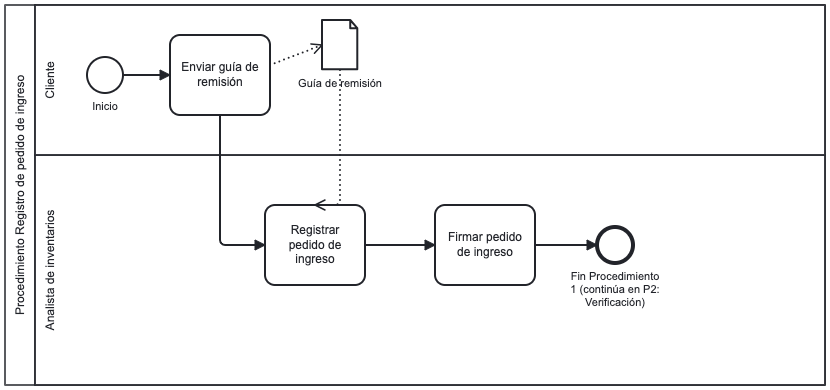
This is docs/entregable_3/imagenes/rec_p1_registro.png from DGO2022/procesos-cologistic, a BPMN export, as it was before one commit. Its source is kept beside it as macro-operativos/recepcion/rec_p1_registro.bpmn. Ids are renumbered. The source it was exported from:
```xml
<bpmn:definitions

  xmlns:bpmn="http://www.omg.org/spec/BPMN/20100524/MODEL"

  xmlns:bpmndi="http://www.omg.org/spec/BPMN/20100524/DI"

  xmlns:dc="http://www.omg.org/spec/DD/20100524/DC"

  xmlns:di="http://www.omg.org/spec/DD/20100524/DI" id="Definitions_1" targetNamespace="http://bpmn.io/schema/bpmn" exporter="Camunda Modeler" exporterVersion="5.22.0"

  xmlns:zeebe="http://camunda.org/schema/zeebe/1.0" modeler:executionPlatform="Camunda Cloud" modeler:executionPlatformVersion="8.9.0">
  <bpmn:collaboration id="Collaboration_1">
    <bpmn:participant id="Participant_1" name="Procedimiento Registro de pedido de ingreso" processRef="Process_Recepcion_Registro" />
  </bpmn:collaboration>
  <bpmn:process id="Process_Recepcion_Registro" isExecutable="true">
    <bpmn:documentation>Co Logistic SAC — Proceso: Recepción de mercadería
Procedimiento 1: Registro de pedido de ingreso
Fuente: 1-Recepcion.txt, 6-Merchandising.txt, 8-Explicacion-paleta.txt
"Registrar pedido de ingreso" incluye: datos de transporte (placa, chofer, brevete, usuario, fecha/hora), códigos, descripción, lote, fecha de vencimiento, pallets/factor o unidades según corresponda, y totales.
Pools/Lanes: Cliente, Analista de inventarios</bpmn:documentation>
    <bpmn:laneSet id="LaneSet_1">
      <bpmn:lane id="Lane_Cliente" name="Cliente">
        <bpmn:flowNodeRef>StartEvent_1</bpmn:flowNodeRef>
        <bpmn:flowNodeRef>Task_1</bpmn:flowNodeRef>
      </bpmn:lane>
      <bpmn:lane id="Lane_Analista_Inventarios" name="Analista de inventarios">
        <bpmn:flowNodeRef>Task_2</bpmn:flowNodeRef>
        <bpmn:flowNodeRef>Task_3</bpmn:flowNodeRef>
        <bpmn:flowNodeRef>EndEvent_1</bpmn:flowNodeRef>
      </bpmn:lane>
    </bpmn:laneSet>
    <bpmn:startEvent id="StartEvent_1" name="Inicio">
      <bpmn:outgoing>Flow_1</bpmn:outgoing>
    </bpmn:startEvent>
    <bpmn:task id="Task_1" name="Enviar guía de remisión">
      <bpmn:incoming>Flow_1</bpmn:incoming>
      <bpmn:outgoing>Flow_2</bpmn:outgoing>
      <bpmn:dataOutputAssociation id="DataOutputAssociation_1">
        <bpmn:targetRef>DataObjectReference_1</bpmn:targetRef>
      </bpmn:dataOutputAssociation>
    </bpmn:task>
    <bpmn:dataObjectReference id="DataObjectReference_1" name="Guía de remisión" dataObjectRef="DataObject_1" />
    <bpmn:dataObject id="DataObject_1" />
    <bpmn:task id="Task_2" name="Registrar pedido de ingreso">
      <bpmn:incoming>Flow_2</bpmn:incoming>
      <bpmn:outgoing>Flow_3</bpmn:outgoing>
      <bpmn:property id="Property_1" name="__targetRef_placeholder" />
      <bpmn:dataInputAssociation id="DataInputAssociation_1">
        <bpmn:sourceRef>DataObjectReference_1</bpmn:sourceRef>
        <bpmn:targetRef>Property_1</bpmn:targetRef>
      </bpmn:dataInputAssociation>
    </bpmn:task>
    <bpmn:task id="Task_3" name="Firmar pedido de ingreso">
      <bpmn:incoming>Flow_3</bpmn:incoming>
      <bpmn:outgoing>Flow_4</bpmn:outgoing>
    </bpmn:task>
    <bpmn:endEvent id="EndEvent_1" name="Fin Procedimiento 1 (continúa en P2: Verificación)">
      <bpmn:incoming>Flow_4</bpmn:incoming>
    </bpmn:endEvent>
    <bpmn:sequenceFlow id="Flow_1" sourceRef="StartEvent_1" targetRef="Task_1" />
    <bpmn:sequenceFlow id="Flow_2" sourceRef="Task_1" targetRef="Task_2" />
    <bpmn:sequenceFlow id="Flow_3" sourceRef="Task_2" targetRef="Task_3" />
    <bpmn:sequenceFlow id="Flow_4" sourceRef="Task_3" targetRef="EndEvent_1" />
  </bpmn:process>
  <bpmndi:BPMNDiagram id="BPMNDiagram_1">
    <bpmndi:BPMNPlane id="BPMNPlane_1" bpmnElement="Collaboration_1">
      <bpmndi:BPMNShape id="Participant_1_di" bpmnElement="Participant_1" isHorizontal="true">
        <dc:Bounds x="130" y="80" width="820" height="380" />
      </bpmndi:BPMNShape>
      <bpmndi:BPMNShape id="Lane_Cliente_di" bpmnElement="Lane_Cliente" isHorizontal="true">
        <dc:Bounds x="160" y="80" width="790" height="150" />
      </bpmndi:BPMNShape>
      <bpmndi:BPMNShape id="Lane_Analista_Inventarios_di" bpmnElement="Lane_Analista_Inventarios" isHorizontal="true">
        <dc:Bounds x="160" y="230" width="790" height="230" />
      </bpmndi:BPMNShape>
      <bpmndi:BPMNShape id="StartEvent_1_di" bpmnElement="StartEvent_1">
        <dc:Bounds x="212" y="132" width="36" height="36" />
        <bpmndi:BPMNLabel>
          <dc:Bounds x="215" y="175" width="30" height="14" />
        </bpmndi:BPMNLabel>
      </bpmndi:BPMNShape>
      <bpmndi:BPMNShape id="Task_1_di" bpmnElement="Task_1">
        <dc:Bounds x="295" y="110" width="100" height="80" />
      </bpmndi:BPMNShape>
      <bpmndi:BPMNShape id="DataObjectReference_1_di" bpmnElement="DataObjectReference_1">
        <dc:Bounds x="447" y="95" width="36" height="50" />
        <bpmndi:BPMNLabel>
          <dc:Bounds x="430" y="152" width="70" height="14" />
        </bpmndi:BPMNLabel>
      </bpmndi:BPMNShape>
      <bpmndi:BPMNShape id="Task_2_di" bpmnElement="Task_2">
        <dc:Bounds x="390" y="280" width="100" height="80" />
      </bpmndi:BPMNShape>
      <bpmndi:BPMNShape id="Task_3_di" bpmnElement="Task_3">
        <dc:Bounds x="560" y="280" width="100" height="80" />
      </bpmndi:BPMNShape>
      <bpmndi:BPMNShape id="EndEvent_1_di" bpmnElement="EndEvent_1">
        <dc:Bounds x="722" y="302" width="36" height="36" />
        <bpmndi:BPMNLabel>
          <dc:Bounds x="695" y="345" width="90" height="27" />
        </bpmndi:BPMNLabel>
      </bpmndi:BPMNShape>
      <bpmndi:BPMNEdge id="Flow_1_di" bpmnElement="Flow_1">
        <di:waypoint x="248" y="150" />
        <di:waypoint x="295" y="150" />
      </bpmndi:BPMNEdge>
      <bpmndi:BPMNEdge id="Flow_2_di" bpmnElement="Flow_2">
        <di:waypoint x="345" y="190" />
        <di:waypoint x="345" y="320" />
        <di:waypoint x="390" y="320" />
      </bpmndi:BPMNEdge>
      <bpmndi:BPMNEdge id="Flow_3_di" bpmnElement="Flow_3">
        <di:waypoint x="490" y="320" />
        <di:waypoint x="560" y="320" />
      </bpmndi:BPMNEdge>
      <bpmndi:BPMNEdge id="Flow_4_di" bpmnElement="Flow_4">
        <di:waypoint x="660" y="320" />
        <di:waypoint x="722" y="320" />
      </bpmndi:BPMNEdge>
      <bpmndi:BPMNEdge id="DataOutputAssociation_1_di" bpmnElement="DataOutputAssociation_1">
        <di:waypoint x="395" y="140" />
        <di:waypoint x="447" y="120" />
      </bpmndi:BPMNEdge>
      <bpmndi:BPMNEdge id="DataInputAssociation_1_di" bpmnElement="DataInputAssociation_1">
        <di:waypoint x="465" y="145" />
        <di:waypoint x="465" y="280" />
        <di:waypoint x="440" y="280" />
      </bpmndi:BPMNEdge>
    </bpmndi:BPMNPlane>
  </bpmndi:BPMNDiagram>
</bpmn:definitions>
```
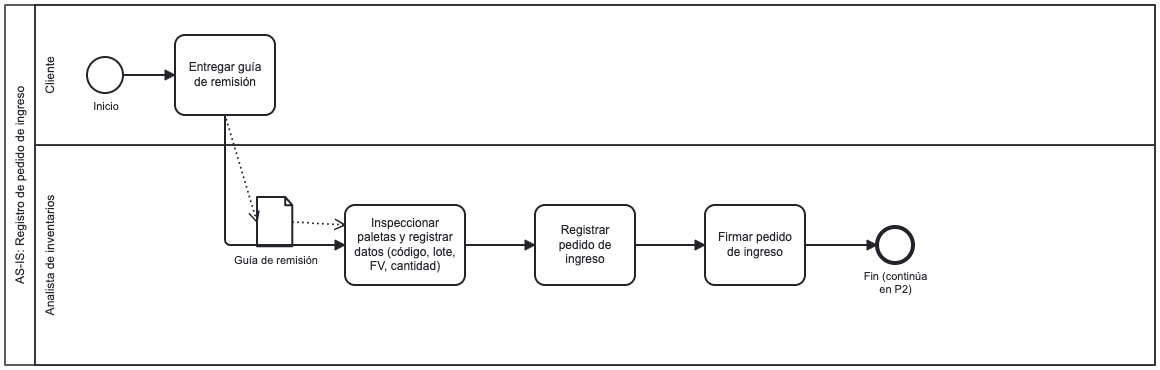
After the change.

Change to the diagram source:
```diff
@@ -2,129 +2,140 @@
 
   xmlns:bpmn="http://www.omg.org/spec/BPMN/20100524/MODEL"
 
+
   xmlns:bpmndi="http://www.omg.org/spec/BPMN/20100524/DI"
+
 
   xmlns:dc="http://www.omg.org/spec/DD/20100524/DC"
 
-  xmlns:di="http://www.omg.org/spec/DD/20100524/DI" id="Definitions_1" targetNamespace="http://bpmn.io/schema/bpmn" exporter="Camunda Modeler" exporterVersion="5.22.0"
+
+  xmlns:di="http://www.omg.org/spec/DD/20100524/DI"
+  id="Definitions_1" targetNamespace="http://bpmn.io/schema/bpmn"
+  exporter="Camunda Modeler" exporterVersion="5.22.0"
 
   xmlns:zeebe="http://camunda.org/schema/zeebe/1.0" modeler:executionPlatform="Camunda Cloud" modeler:executionPlatformVersion="8.9.0">
   <bpmn:collaboration id="Collaboration_1">
-    <bpmn:participant id="Participant_1" name="Procedimiento Registro de pedido de ingreso" processRef="Process_Recepcion_Registro" />
+    <bpmn:participant id="Participant_1" name="AS-IS: Registro de pedido de ingreso" processRef="Proc_rec_p1" />
   </bpmn:collaboration>
-  <bpmn:process id="Process_Recepcion_Registro" isExecutable="true">
-    <bpmn:documentation>Co Logistic SAC — Proceso: Recepción de mercadería
-Procedimiento 1: Registro de pedido de ingreso
-Fuente: 1-Recepcion.txt, 6-Merchandising.txt, 8-Explicacion-paleta.txt
-"Registrar pedido de ingreso" incluye: datos de transporte (placa, chofer, brevete, usuario, fecha/hora), códigos, descripción, lote, fecha de vencimiento, pallets/factor o unidades según corresponda, y totales.
-Pools/Lanes: Cliente, Analista de inventarios</bpmn:documentation>
+  <bpmn:process id="Proc_rec_p1" isExecutable="true">
+    <bpmn:documentation>AS-IS — Recepción P1. La guía de remisión provee datos de transporte; la inspección física de paletas provee datos de inventario (código, lote, FV, cantidad).</bpmn:documentation>
     <bpmn:laneSet id="LaneSet_1">
-      <bpmn:lane id="Lane_Cliente" name="Cliente">
-        <bpmn:flowNodeRef>StartEvent_1</bpmn:flowNodeRef>
-        <bpmn:flowNodeRef>Task_1</bpmn:flowNodeRef>
+      <bpmn:lane id="LC" name="Cliente">
+        <bpmn:flowNodeRef>Start_1</bpmn:flowNodeRef>
+        <bpmn:flowNodeRef>T1</bpmn:flowNodeRef>
       </bpmn:lane>
-      <bpmn:lane id="Lane_Analista_Inventarios" name="Analista de inventarios">
-        <bpmn:flowNodeRef>Task_2</bpmn:flowNodeRef>
-        <bpmn:flowNodeRef>Task_3</bpmn:flowNodeRef>
-        <bpmn:flowNodeRef>EndEvent_1</bpmn:flowNodeRef>
+      <bpmn:lane id="LA" name="Analista de inventarios">
+        <bpmn:flowNodeRef>T2</bpmn:flowNodeRef>
+        <bpmn:flowNodeRef>T3</bpmn:flowNodeRef>
+        <bpmn:flowNodeRef>T4</bpmn:flowNodeRef>
+        <bpmn:flowNodeRef>End_1</bpmn:flowNodeRef>
       </bpmn:lane>
     </bpmn:laneSet>
-    <bpmn:startEvent id="StartEvent_1" name="Inicio">
-      <bpmn:outgoing>Flow_1</bpmn:outgoing>
+    <bpmn:dataObject id="DO_guia" name="Guía de remisión"/>
+    <bpmn:dataObjectReference id="DOR_guia" name="Guía de remisión" dataObjectRef="DO_guia"/>
+    <bpmn:startEvent id="Start_1" name="Inicio">
+      <bpmn:outgoing>F1</bpmn:outgoing>
     </bpmn:startEvent>
-    <bpmn:task id="Task_1" name="Enviar guía de remisión">
-      <bpmn:incoming>Flow_1</bpmn:incoming>
-      <bpmn:outgoing>Flow_2</bpmn:outgoing>
-      <bpmn:dataOutputAssociation id="DataOutputAssociation_1">
-        <bpmn:targetRef>DataObjectReference_1</bpmn:targetRef>
+    <bpmn:task id="T1" name="Entregar guía de remisión">
+      <bpmn:incoming>F1</bpmn:incoming>
+      <bpmn:outgoing>F2</bpmn:outgoing>
+      <bpmn:dataOutputAssociation id="DOA1">
+        <bpmn:targetRef>DOR_guia</bpmn:targetRef>
       </bpmn:dataOutputAssociation>
     </bpmn:task>
-    <bpmn:dataObjectReference id="DataObjectReference_1" name="Guía de remisión" dataObjectRef="DataObject_1" />
-    <bpmn:dataObject id="DataObject_1" />
-    <bpmn:task id="Task_2" name="Registrar pedido de ingreso">
-      <bpmn:incoming>Flow_2</bpmn:incoming>
-      <bpmn:outgoing>Flow_3</bpmn:outgoing>
-      <bpmn:property id="Property_1" name="__targetRef_placeholder" />
-      <bpmn:dataInputAssociation id="DataInputAssociation_1">
-        <bpmn:sourceRef>DataObjectReference_1</bpmn:sourceRef>
-        <bpmn:targetRef>Property_1</bpmn:targetRef>
+    <bpmn:task id="T2" name="Inspeccionar paletas y registrar datos (código, lote, FV, cantidad)">
+      <bpmn:incoming>F2</bpmn:incoming>
+      <bpmn:outgoing>F3</bpmn:outgoing>
+      <bpmn:dataInputAssociation id="DIA1">
+        <bpmn:sourceRef>DOR_guia</bpmn:sourceRef>
       </bpmn:dataInputAssociation>
     </bpmn:task>
-    <bpmn:task id="Task_3" name="Firmar pedido de ingreso">
-      <bpmn:incoming>Flow_3</bpmn:incoming>
-      <bpmn:outgoing>Flow_4</bpmn:outgoing>
+    <bpmn:task id="T3" name="Registrar pedido de ingreso">
+      <bpmn:incoming>F3</bpmn:incoming>
+      <bpmn:outgoing>F4</bpmn:outgoing>
     </bpmn:task>
-    <bpmn:endEvent id="EndEvent_1" name="Fin Procedimiento 1 (continúa en P2: Verificación)">
-      <bpmn:incoming>Flow_4</bpmn:incoming>
+    <bpmn:task id="T4" name="Firmar pedido de ingreso">
+      <bpmn:incoming>F4</bpmn:incoming>
+      <bpmn:outgoing>F5</bpmn:outgoing>
+    </bpmn:task>
+    <bpmn:endEvent id="End_1" name="Fin (continúa en P2)">
+      <bpmn:incoming>F5</bpmn:incoming>
     </bpmn:endEvent>
-    <bpmn:sequenceFlow id="Flow_1" sourceRef="StartEvent_1" targetRef="Task_1" />
-    <bpmn:sequenceFlow id="Flow_2" sourceRef="Task_1" targetRef="Task_2" />
-    <bpmn:sequenceFlow id="Flow_3" sourceRef="Task_2" targetRef="Task_3" />
-    <bpmn:sequenceFlow id="Flow_4" sourceRef="Task_3" targetRef="EndEvent_1" />
+    <bpmn:sequenceFlow id="F1" sourceRef="Start_1" targetRef="T1"/>
+    <bpmn:sequenceFlow id="F2" sourceRef="T1" targetRef="T2"/>
+    <bpmn:sequenceFlow id="F3" sourceRef="T2" targetRef="T3"/>
+    <bpmn:sequenceFlow id="F4" sourceRef="T3" targetRef="T4"/>
+    <bpmn:sequenceFlow id="F5" sourceRef="T4" targetRef="End_1"/>
   </bpmn:process>
   <bpmndi:BPMNDiagram id="BPMNDiagram_1">
     <bpmndi:BPMNPlane id="BPMNPlane_1" bpmnElement="Collaboration_1">
-      <bpmndi:BPMNShape id="Participant_1_di" bpmnElement="Participant_1" isHorizontal="true">
-        <dc:Bounds x="130" y="80" width="820" height="380" />
+      <bpmndi:BPMNShape id="P_di" bpmnElement="Participant_1" isHorizontal="true">
+        <dc:Bounds x="130" y="80" width="1150" height="360"/>
       </bpmndi:BPMNShape>
-      <bpmndi:BPMNShape id="Lane_Cliente_di" bpmnElement="Lane_Cliente" isHorizontal="true">
-        <dc:Bounds x="160" y="80" width="790" height="150" />
+      <bpmndi:BPMNShape id="LC_di" bpmnElement="LC" isHorizontal="true">
+        <dc:Bounds x="160" y="80" width="1120" height="140"/>
       </bpmndi:BPMNShape>
-      <bpmndi:BPMNShape id="Lane_Analista_Inventarios_di" bpmnElement="Lane_Analista_Inventarios" isHorizontal="true">
-        <dc:Bounds x="160" y="230" width="790" height="230" />
+      <bpmndi:BPMNShape id="LA_di" bpmnElement="LA" isHorizontal="true">
+        <dc:Bounds x="160" y="220" width="1120" height="220"/>
       </bpmndi:BPMNShape>
-      <bpmndi:BPMNShape id="StartEvent_1_di" bpmnElement="StartEvent_1">
-        <dc:Bounds x="212" y="132" width="36" height="36" />
+      <bpmndi:BPMNShape id="Start_di" bpmnElement="Start_1">
+        <dc:Bounds x="212" y="132" width="36" height="36"/>
         <bpmndi:BPMNLabel>
-          <dc:Bounds x="215" y="175" width="30" height="14" />
+          <dc:Bounds x="207" y="175" width="48" height="14"/>
         </bpmndi:BPMNLabel>
       </bpmndi:BPMNShape>
-      <bpmndi:BPMNShape id="Task_1_di" bpmnElement="Task_1">
-        <dc:Bounds x="295" y="110" width="100" height="80" />
+      <bpmndi:BPMNShape id="T1_di" bpmnElement="T1">
+        <dc:Bounds x="300" y="110" width="100" height="80"/>
       </bpmndi:BPMNShape>
-      <bpmndi:BPMNShape id="DataObjectReference_1_di" bpmnElement="DataObjectReference_1">
-        <dc:Bounds x="447" y="95" width="36" height="50" />
+      <bpmndi:BPMNShape id="DOR_guia_di" bpmnElement="DOR_guia">
+        <dc:Bounds x="382" y="272" width="36" height="50"/>
         <bpmndi:BPMNLabel>
-          <dc:Bounds x="430" y="152" width="70" height="14" />
+          <dc:Bounds x="358" y="329" width="85" height="27"/>
         </bpmndi:BPMNLabel>
       </bpmndi:BPMNShape>
-      <bpmndi:BPMNShape id="Task_2_di" bpmnElement="Task_2">
-        <dc:Bounds x="390" y="280" width="100" height="80" />
+      <bpmndi:BPMNShape id="T2_di" bpmnElement="T2">
+        <dc:Bounds x="470" y="280" width="120" height="80"/>
       </bpmndi:BPMNShape>
-      <bpmndi:BPMNShape id="Task_3_di" bpmnElement="Task_3">
-        <dc:Bounds x="560" y="280" width="100" height="80" />
+      <bpmndi:BPMNShape id="T3_di" bpmnElement="T3">
+        <dc:Bounds x="660" y="280" width="100" height="80"/>
       </bpmndi:BPMNShape>
-      <bpmndi:BPMNShape id="EndEvent_1_di" bpmnElement="EndEvent_1">
-        <dc:Bounds x="722" y="302" width="36" height="36" />
+      <bpmndi:BPMNShape id="T4_di" bpmnElement="T4">
+        <dc:Bounds x="830" y="280" width="100" height="80"/>
+      </bpmndi:BPMNShape>
+      <bpmndi:BPMNShape id="End_di" bpmnElement="End_1">
+        <dc:Bounds x="1002" y="302" width="36" height="36"/>
         <bpmndi:BPMNLabel>
-          <dc:Bounds x="695" y="345" width="90" height="27" />
+          <dc:Bounds x="982" y="345" width="76" height="27"/>
         </bpmndi:BPMNLabel>
       </bpmndi:BPMNShape>
-      <bpmndi:BPMNEdge id="Flow_1_di" bpmnElement="Flow_1">
-        <di:waypoint x="248" y="150" />
-        <di:waypoint x="295" y="150" />
+      <bpmndi:BPMNEdge id="F1_di" bpmnElement="F1">
+        <di:waypoint x="248" y="150"/>
+        <di:waypoint x="300" y="150"/>
       </bpmndi:BPMNEdge>
-      <bpmndi:BPMNEdge id="Flow_2_di" bpmnElement="Flow_2">
-        <di:waypoint x="345" y="190" />
-        <di:waypoint x="345" y="320" />
-        <di:waypoint x="390" y="320" />
+      <bpmndi:BPMNEdge id="F2_di" bpmnElement="F2">
+        <di:waypoint x="350" y="190"/>
+        <di:waypoint x="350" y="320"/>
+        <di:waypoint x="470" y="320"/>
       </bpmndi:BPMNEdge>
-      <bpmndi:BPMNEdge id="Flow_3_di" bpmnElement="Flow_3">
-        <di:waypoint x="490" y="320" />
-        <di:waypoint x="560" y="320" />
+      <bpmndi:BPMNEdge id="DOA1_di" bpmnElement="DOA1">
+        <di:waypoint x="350" y="190"/>
+        <di:waypoint x="382" y="297"/>
       </bpmndi:BPMNEdge>
-      <bpmndi:BPMNEdge id="Flow_4_di" bpmnElement="Flow_4">
-        <di:waypoint x="660" y="320" />
-        <di:waypoint x="722" y="320" />
+      <bpmndi:BPMNEdge id="DIA1_di" bpmnElement="DIA1">
+        <di:waypoint x="418" y="297"/>
+        <di:waypoint x="470" y="300"/>
       </bpmndi:BPMNEdge>
-      <bpmndi:BPMNEdge id="DataOutputAssociation_1_di" bpmnElement="DataOutputAssociation_1">
-        <di:waypoint x="395" y="140" />
-        <di:waypoint x="447" y="120" />
+      <bpmndi:BPMNEdge id="F3_di" bpmnElement="F3">
+        <di:waypoint x="590" y="320"/>
+        <di:waypoint x="660" y="320"/>
       </bpmndi:BPMNEdge>
-      <bpmndi:BPMNEdge id="DataInputAssociation_1_di" bpmnElement="DataInputAssociation_1">
-        <di:waypoint x="465" y="145" />
-        <di:waypoint x="465" y="280" />
-        <di:waypoint x="440" y="280" />
+      <bpmndi:BPMNEdge id="F4_di" bpmnElement="F4">
+        <di:waypoint x="760" y="320"/>
+        <di:waypoint x="830" y="320"/>
+      </bpmndi:BPMNEdge>
+      <bpmndi:BPMNEdge id="F5_di" bpmnElement="F5">
+        <di:waypoint x="930" y="320"/>
+        <di:waypoint x="1002" y="320"/>
       </bpmndi:BPMNEdge>
     </bpmndi:BPMNPlane>
   </bpmndi:BPMNDiagram>
```
